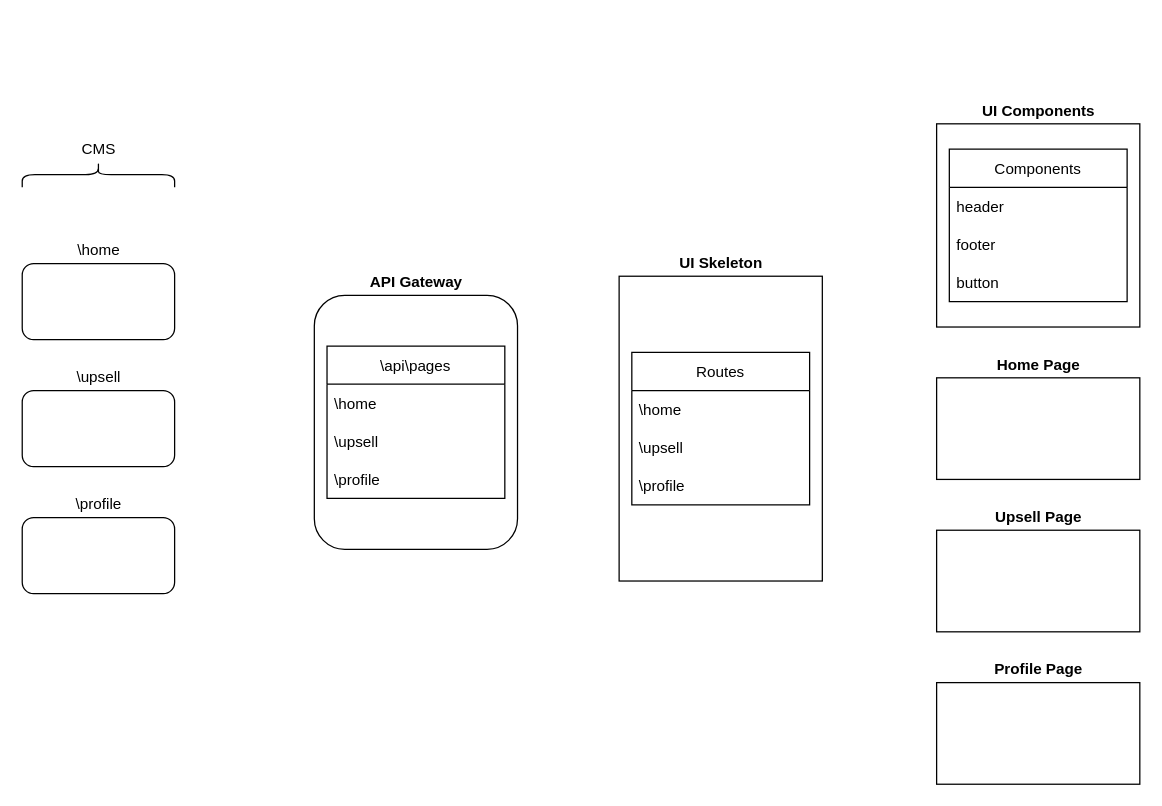
Before: docs/design/ui-architecture.dio in jsbisht/module-federation-home, a draw.io diagram. Source tidied: cells renumbered, new cells numbered last; positions are measured from the earlier drawing's top-left corner, leaving out a move shared by most shapes. Both pictures are drawn from the tidied source at 127%, with x=0, y=0 at pixel (22, 98).
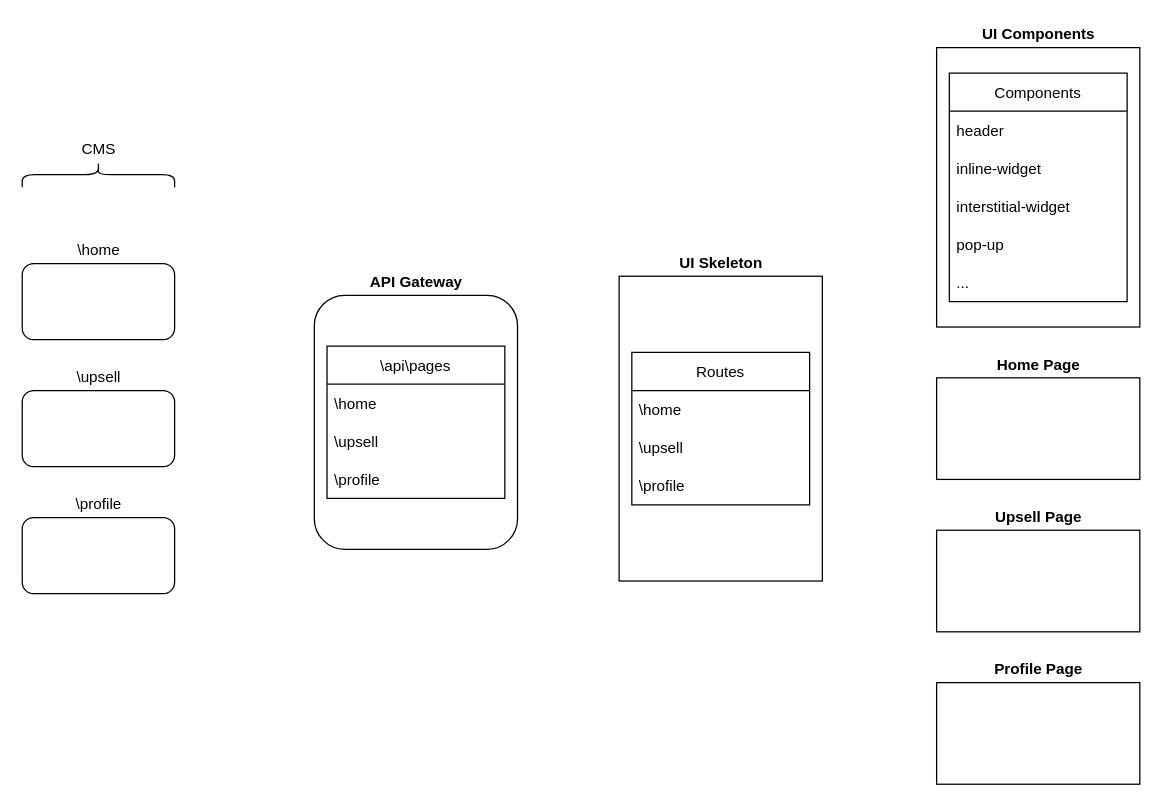
The same page after the edit.

Diff of the diagram source:
```diff
@@
     <mxCell id="3" style="rounded=0;whiteSpace=wrap;html=1;" parent="1" vertex="1">
-      <mxGeometry x="720" y="20" width="160" height="160" as="geometry" />
+      <mxGeometry x="720" y="-40" width="160" height="220" as="geometry" />
     </mxCell>
@@
     <mxCell id="13" value="Components" style="swimlane;fontStyle=0;horizontal=1;startSize=30;" parent="1" vertex="1">
-      <mxGeometry x="730" y="40" width="140" height="120" as="geometry" />
+      <mxGeometry x="730" y="-20" width="140" height="180" as="geometry" />
     </mxCell>
@@
-    <mxCell id="15" value="footer" style="text;strokeColor=none;fillColor=none;align=left;verticalAlign=middle;spacingLeft=4;spacingRight=4;overflow=hidden;" parent="13" vertex="1">
+    <mxCell id="15" value="inline-widget" style="text;strokeColor=none;fillColor=none;align=left;verticalAlign=middle;spacingLeft=4;spacingRight=4;overflow=hidden;" parent="13" vertex="1">
       <mxGeometry y="60" width="140" height="30" as="geometry" />
     </mxCell>
-    <mxCell id="16" value="button" style="text;strokeColor=none;fillColor=none;align=left;verticalAlign=middle;spacingLeft=4;spacingRight=4;overflow=hidden;" parent="13" vertex="1">
+    <mxCell id="16" value="interstitial-widget" style="text;strokeColor=none;fillColor=none;align=left;verticalAlign=middle;spacingLeft=4;spacingRight=4;overflow=hidden;" parent="13" vertex="1">
       <mxGeometry y="90" width="140" height="30" as="geometry" />
     </mxCell>
+    <mxCell id="34" value="pop-up" style="text;strokeColor=none;fillColor=none;align=left;verticalAlign=middle;spacingLeft=4;spacingRight=4;overflow=hidden;" parent="13" vertex="1">
+      <mxGeometry y="120" width="140" height="30" as="geometry" />
+    </mxCell>
+    <mxCell id="35" value="..." style="text;strokeColor=none;fillColor=none;align=left;verticalAlign=middle;spacingLeft=4;spacingRight=4;overflow=hidden;" parent="13" vertex="1">
+      <mxGeometry y="150" width="140" height="30" as="geometry" />
+    </mxCell>
@@
     <mxCell id="25" value="UI Components" style="text;html=1;align=center;verticalAlign=middle;strokeColor=none;fillColor=none;fontStyle=1;" parent="1" vertex="1">
-      <mxGeometry x="750" width="100" height="20" as="geometry" />
+      <mxGeometry x="750" y="-60" width="100" height="20" as="geometry" />
     </mxCell>
```
